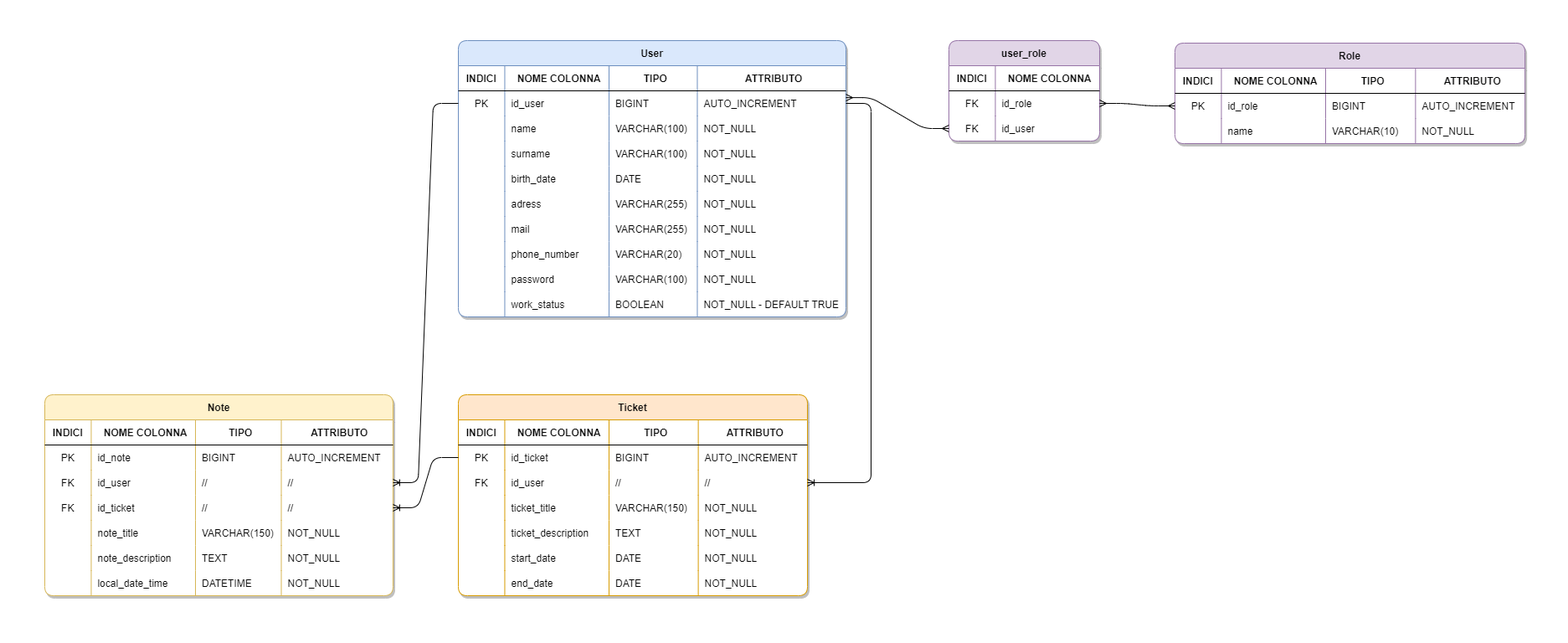
Helmatron/ticket-platform keeps this draw.io diagram as db_myticket/Diagramma_ER.png. Above is the earlier version. Source tidied: cells renumbered, new cells last; positions are measured from the earlier drawing's top-left corner, leaving out a move shared by most shapes.
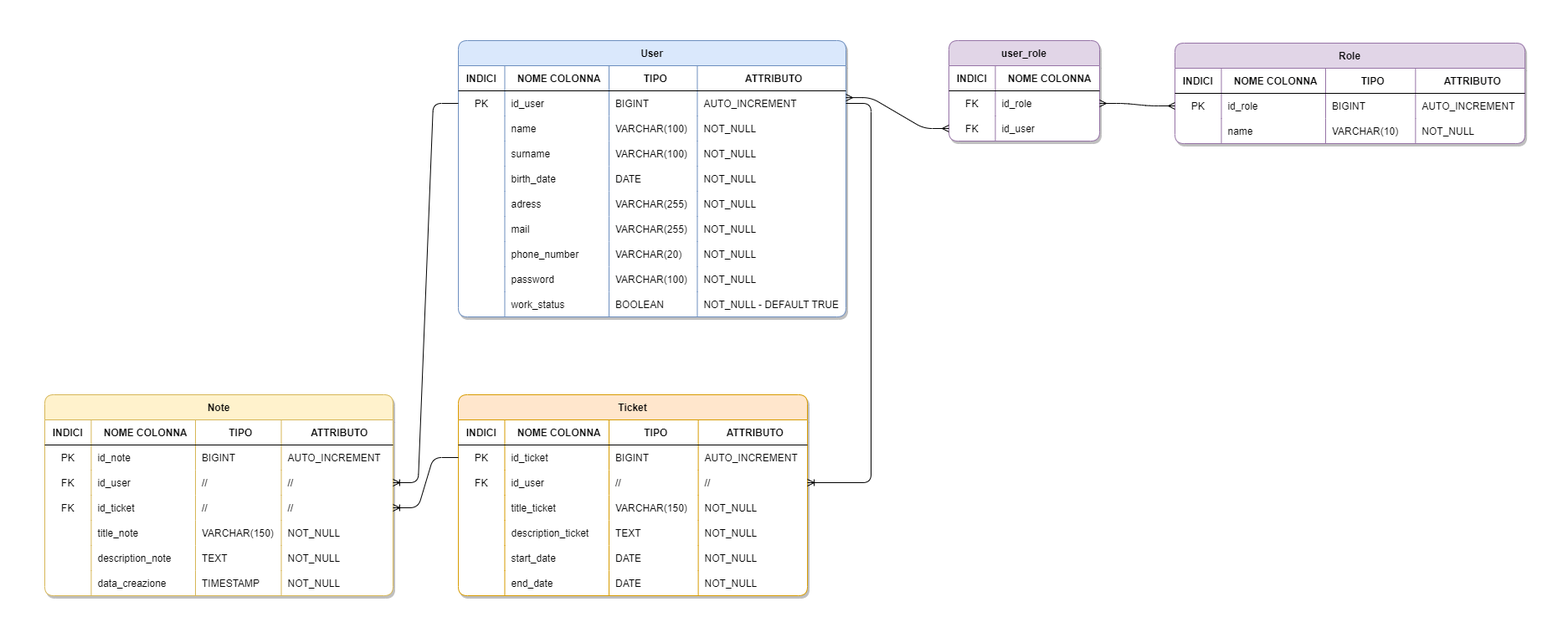
The same file after the commit.

Change to the diagram source:
```diff
@@ -260,7 +260,7 @@
     <mxCell id="87" style="shape=partialRectangle;fillColor=none;top=0;left=0;bottom=0;right=0;overflow=hidden;rounded=0;" parent="86" vertex="1">
       <mxGeometry width="55.5" height="30" as="geometry" />
     </mxCell>
-    <mxCell id="88" value="ticket_title" style="shape=partialRectangle;fillColor=none;top=0;left=0;bottom=0;right=0;align=left;spacingLeft=6;overflow=hidden;rounded=0;" parent="86" vertex="1">
+    <mxCell id="88" value="title_ticket" style="shape=partialRectangle;fillColor=none;top=0;left=0;bottom=0;right=0;align=left;spacingLeft=6;overflow=hidden;rounded=0;" parent="86" vertex="1">
       <mxGeometry x="55.5" width="124.5" height="30" as="geometry" />
     </mxCell>
     <mxCell id="89" value="VARCHAR(150)" style="shape=partialRectangle;fillColor=none;top=0;left=0;bottom=0;right=0;align=left;spacingLeft=6;overflow=hidden;rounded=0;" parent="86" vertex="1">
@@ -275,7 +275,7 @@
     <mxCell id="92" style="shape=partialRectangle;fillColor=none;top=0;left=0;bottom=0;right=0;overflow=hidden;rounded=0;" parent="91" vertex="1">
       <mxGeometry width="55.5" height="30" as="geometry" />
     </mxCell>
-    <mxCell id="93" value="ticket_description" style="shape=partialRectangle;fillColor=none;top=0;left=0;bottom=0;right=0;align=left;spacingLeft=6;overflow=hidden;rounded=0;" parent="91" vertex="1">
+    <mxCell id="93" value="description_ticket" style="shape=partialRectangle;fillColor=none;top=0;left=0;bottom=0;right=0;align=left;spacingLeft=6;overflow=hidden;rounded=0;" parent="91" vertex="1">
       <mxGeometry x="55.5" width="124.5" height="30" as="geometry" />
     </mxCell>
     <mxCell id="94" value="TEXT" style="shape=partialRectangle;fillColor=none;top=0;left=0;bottom=0;right=0;align=left;spacingLeft=6;overflow=hidden;rounded=0;" parent="91" vertex="1">
@@ -383,7 +383,7 @@
     <mxCell id="128" style="shape=partialRectangle;fillColor=none;top=0;left=0;bottom=0;right=0;overflow=hidden;rounded=0;" parent="127" vertex="1">
       <mxGeometry width="55.5" height="30" as="geometry" />
     </mxCell>
-    <mxCell id="129" value="note_title" style="shape=partialRectangle;fillColor=none;top=0;left=0;bottom=0;right=0;align=left;spacingLeft=6;overflow=hidden;rounded=0;" parent="127" vertex="1">
+    <mxCell id="129" value="title_note" style="shape=partialRectangle;fillColor=none;top=0;left=0;bottom=0;right=0;align=left;spacingLeft=6;overflow=hidden;rounded=0;" parent="127" vertex="1">
       <mxGeometry x="55.5" width="124.5" height="30" as="geometry" />
     </mxCell>
     <mxCell id="130" value="VARCHAR(150)" style="shape=partialRectangle;fillColor=none;top=0;left=0;bottom=0;right=0;align=left;spacingLeft=6;overflow=hidden;rounded=0;" parent="127" vertex="1">
@@ -398,7 +398,7 @@
     <mxCell id="133" style="shape=partialRectangle;fillColor=none;top=0;left=0;bottom=0;right=0;overflow=hidden;rounded=0;" parent="132" vertex="1">
       <mxGeometry width="55.5" height="30" as="geometry" />
     </mxCell>
-    <mxCell id="134" value="note_description" style="shape=partialRectangle;fillColor=none;top=0;left=0;bottom=0;right=0;align=left;spacingLeft=6;overflow=hidden;rounded=0;" parent="132" vertex="1">
+    <mxCell id="134" value="description_note" style="shape=partialRectangle;fillColor=none;top=0;left=0;bottom=0;right=0;align=left;spacingLeft=6;overflow=hidden;rounded=0;" parent="132" vertex="1">
       <mxGeometry x="55.5" width="124.5" height="30" as="geometry" />
     </mxCell>
     <mxCell id="135" value="TEXT" style="shape=partialRectangle;fillColor=none;top=0;left=0;bottom=0;right=0;align=left;spacingLeft=6;overflow=hidden;rounded=0;" parent="132" vertex="1">
@@ -413,10 +413,10 @@
     <mxCell id="138" style="shape=partialRectangle;fillColor=none;top=0;left=0;bottom=0;right=0;overflow=hidden;rounded=0;" parent="137" vertex="1">
       <mxGeometry width="55.5" height="30" as="geometry" />
     </mxCell>
-    <mxCell id="139" value="local_date_time" style="shape=partialRectangle;fillColor=none;top=0;left=0;bottom=0;right=0;align=left;spacingLeft=6;overflow=hidden;rounded=0;" parent="137" vertex="1">
+    <mxCell id="139" value="data_creazione" style="shape=partialRectangle;fillColor=none;top=0;left=0;bottom=0;right=0;align=left;spacingLeft=6;overflow=hidden;rounded=0;" parent="137" vertex="1">
       <mxGeometry x="55.5" width="124.5" height="30" as="geometry" />
     </mxCell>
-    <mxCell id="140" value="DATETIME" style="shape=partialRectangle;fillColor=none;top=0;left=0;bottom=0;right=0;align=left;spacingLeft=6;overflow=hidden;rounded=0;" parent="137" vertex="1">
+    <mxCell id="140" value="TIMESTAMP" style="shape=partialRectangle;fillColor=none;top=0;left=0;bottom=0;right=0;align=left;spacingLeft=6;overflow=hidden;rounded=0;" parent="137" vertex="1">
       <mxGeometry x="180" width="102.5" height="30" as="geometry" />
     </mxCell>
     <mxCell id="141" value="NOT_NULL" style="shape=partialRectangle;fillColor=none;top=0;left=0;bottom=0;right=0;align=left;spacingLeft=6;overflow=hidden;rounded=0;" parent="137" vertex="1">
```
